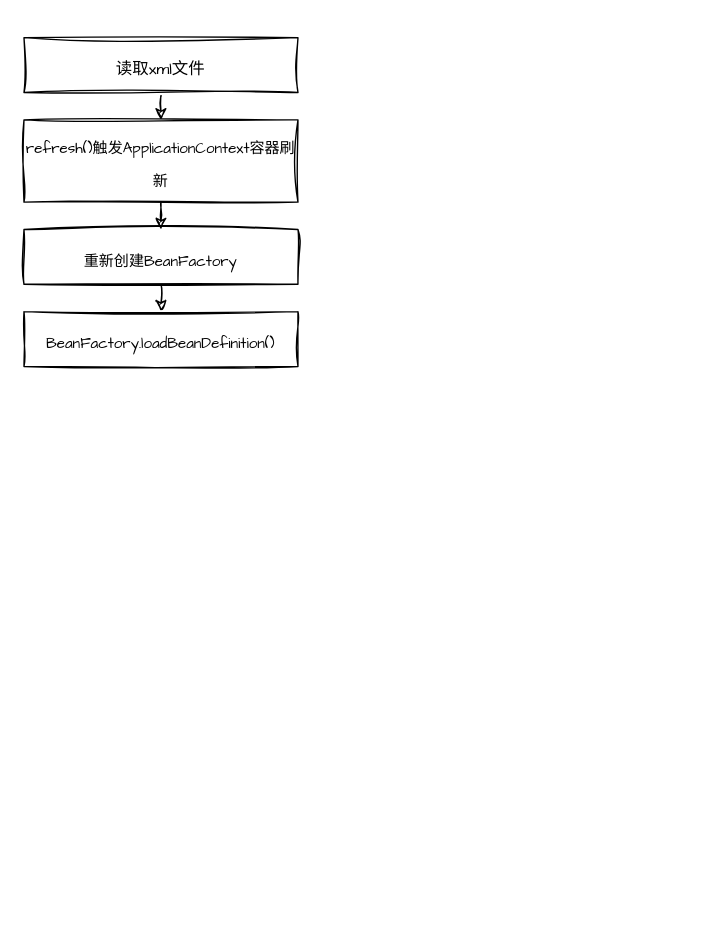
The draw.io diagram 未命名绘图.drawio in HoShum/drawio, before the edit. Source tidied: cells renumbered, new cells numbered last; positions are measured from the earlier drawing's top-left corner, leaving out a move shared by most shapes. Both pictures are drawn from the tidied source at 137%, with x=0, y=0 at pixel (23, 37).
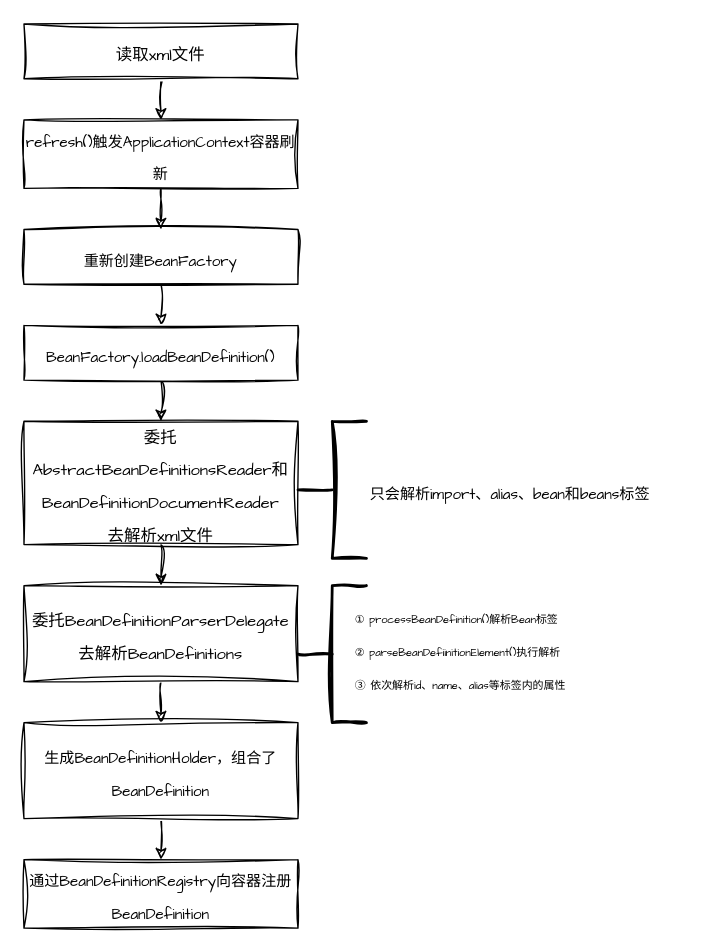
After the change.

What changed in the source:
```diff
@@
     <mxCell id="3" value="&lt;font style=&quot;font-size: 12px;&quot;&gt;读取xml文件&lt;/font&gt;" style="rounded=0;whiteSpace=wrap;html=1;sketch=1;hachureGap=4;jiggle=2;curveFitting=1;fontFamily=Architects Daughter;fontSize=20;" parent="1" vertex="1">
-      <mxGeometry width="200" height="40" as="geometry" />
+      <mxGeometry y="-10" width="200" height="40" as="geometry" />
     </mxCell>
@@
     <mxCell id="5" value="&lt;font style=&quot;font-size: 11px;&quot;&gt;refresh()触发ApplicationContext容器刷新&lt;/font&gt;" style="rounded=0;whiteSpace=wrap;html=1;sketch=1;hachureGap=4;jiggle=2;curveFitting=1;fontFamily=Architects Daughter;fontSize=20;" parent="1" vertex="1">
-      <mxGeometry y="60" width="200" height="60" as="geometry" />
+      <mxGeometry y="60" width="200" height="50" as="geometry" />
     </mxCell>
@@
+    <mxCell id="9" style="edgeStyle=orthogonalEdgeStyle;rounded=0;sketch=1;hachureGap=4;jiggle=2;curveFitting=1;jettySize=auto;html=1;exitX=0.5;exitY=1;exitDx=0;exitDy=0;entryX=0.5;entryY=0;entryDx=0;entryDy=0;fontFamily=Architects Daughter;fontSize=16;" parent="1" edge="1" source="8" target="11">
+      <mxGeometry relative="1" as="geometry" />
+    </mxCell>
     <mxCell id="8" value="&lt;span style=&quot;font-size: 11px;&quot;&gt;BeanFactory.loadBeanDefinition()&lt;/span&gt;" style="rounded=0;whiteSpace=wrap;html=1;sketch=1;hachureGap=4;jiggle=2;curveFitting=1;fontFamily=Architects Daughter;fontSize=20;" parent="1" vertex="1">
-      <mxGeometry y="200" width="200" height="40" as="geometry" />
+      <mxGeometry y="210" width="200" height="40" as="geometry" />
     </mxCell>
+    <mxCell id="10" style="edgeStyle=orthogonalEdgeStyle;rounded=0;sketch=1;hachureGap=4;jiggle=2;curveFitting=1;jettySize=auto;html=1;exitX=0.5;exitY=1;exitDx=0;exitDy=0;entryX=0.5;entryY=0;entryDx=0;entryDy=0;fontFamily=Architects Daughter;fontSize=16;" parent="1" edge="1" source="11" target="13">
+      <mxGeometry relative="1" as="geometry" />
+    </mxCell>
+    <mxCell id="11" value="&lt;font style=&quot;font-size: 12px;&quot;&gt;委托AbstractBeanDefinitionsReader和BeanDefinitionDocumentReader&lt;br&gt;去解析xml文件&lt;/font&gt;" style="rounded=0;whiteSpace=wrap;html=1;sketch=1;hachureGap=4;jiggle=2;curveFitting=1;fontFamily=Architects Daughter;fontSize=20;" parent="1" vertex="1">
+      <mxGeometry y="280" width="200" height="90" as="geometry" />
+    </mxCell>
+    <mxCell id="12" style="edgeStyle=orthogonalEdgeStyle;rounded=0;sketch=1;hachureGap=4;jiggle=2;curveFitting=1;jettySize=auto;html=1;exitX=0.5;exitY=1;exitDx=0;exitDy=0;entryX=0.5;entryY=0;entryDx=0;entryDy=0;fontFamily=Architects Daughter;fontSize=16;" parent="1" edge="1" source="13" target="15">
+      <mxGeometry relative="1" as="geometry" />
+    </mxCell>
+    <mxCell id="13" value="&lt;font style=&quot;font-size: 12px;&quot;&gt;委托BeanDefinitionParserDelegate去解析BeanDefinitions&lt;/font&gt;" style="rounded=0;whiteSpace=wrap;html=1;sketch=1;hachureGap=4;jiggle=2;curveFitting=1;fontFamily=Architects Daughter;fontSize=20;" parent="1" vertex="1">
+      <mxGeometry y="400" width="200" height="70" as="geometry" />
+    </mxCell>
+    <mxCell id="14" style="edgeStyle=orthogonalEdgeStyle;rounded=0;sketch=1;hachureGap=4;jiggle=2;curveFitting=1;jettySize=auto;html=1;exitX=0.5;exitY=1;exitDx=0;exitDy=0;entryX=0.5;entryY=0;entryDx=0;entryDy=0;fontFamily=Architects Daughter;fontSize=16;" parent="1" edge="1" source="15" target="16">
+      <mxGeometry relative="1" as="geometry" />
+    </mxCell>
+    <mxCell id="15" value="&lt;font style=&quot;font-size: 11px;&quot;&gt;生成BeanDefinitionHolder，组合了&lt;br&gt;BeanDefinition&lt;br&gt;&lt;/font&gt;" style="rounded=0;whiteSpace=wrap;html=1;sketch=1;hachureGap=4;jiggle=2;curveFitting=1;fontFamily=Architects Daughter;fontSize=20;" parent="1" vertex="1">
+      <mxGeometry y="500" width="200" height="70" as="geometry" />
+    </mxCell>
+    <mxCell id="16" value="&lt;font style=&quot;font-size: 11px;&quot;&gt;通过BeanDefinitionRegistry向容器注册BeanDefinition&lt;/font&gt;" style="rounded=0;whiteSpace=wrap;html=1;sketch=1;hachureGap=4;jiggle=2;curveFitting=1;fontFamily=Architects Daughter;fontSize=20;" parent="1" vertex="1">
+      <mxGeometry y="600" width="200" height="50" as="geometry" />
+    </mxCell>
+    <mxCell id="17" style="strokeWidth=2;html=1;shape=mxgraph.flowchart.annotation_2;align=left;labelPosition=right;sketch=1;hachureGap=4;jiggle=2;curveFitting=1;fontFamily=Architects Daughter;fontSize=20;" parent="1" vertex="1">
+      <mxGeometry x="200" y="280" width="50" height="100" as="geometry" />
+    </mxCell>
+    <mxCell id="18" value="&lt;font style=&quot;font-size: 11px;&quot;&gt;只会解析import、alias、bean和beans标签&lt;/font&gt;" style="text;html=1;strokeColor=none;fillColor=none;align=center;verticalAlign=middle;whiteSpace=wrap;rounded=0;fontSize=20;fontFamily=Architects Daughter;" parent="1" vertex="1">
+      <mxGeometry x="240" y="315" width="230" height="30" as="geometry" />
+    </mxCell>
+    <mxCell id="19" style="strokeWidth=2;html=1;shape=mxgraph.flowchart.annotation_2;align=left;labelPosition=right;sketch=1;hachureGap=4;jiggle=2;curveFitting=1;fontFamily=Architects Daughter;fontSize=20;" parent="1" vertex="1">
+      <mxGeometry x="200" y="400" width="50" height="100" as="geometry" />
+    </mxCell>
+    <mxCell id="20" value="&lt;font style=&quot;font-size: 8px;&quot;&gt;① processBeanDefinition()解析Bean标签&lt;br&gt;② parseBeanDefiinitionElement()执行解析&lt;br&gt;③ 依次解析id、name、alias等标签内的属性&lt;br&gt;&lt;/font&gt;" style="text;html=1;strokeColor=none;fillColor=none;align=left;verticalAlign=middle;whiteSpace=wrap;rounded=0;fontSize=20;fontFamily=Architects Daughter;" parent="1" vertex="1">
+      <mxGeometry x="240" y="430" width="250" height="30" as="geometry" />
+    </mxCell>
```
